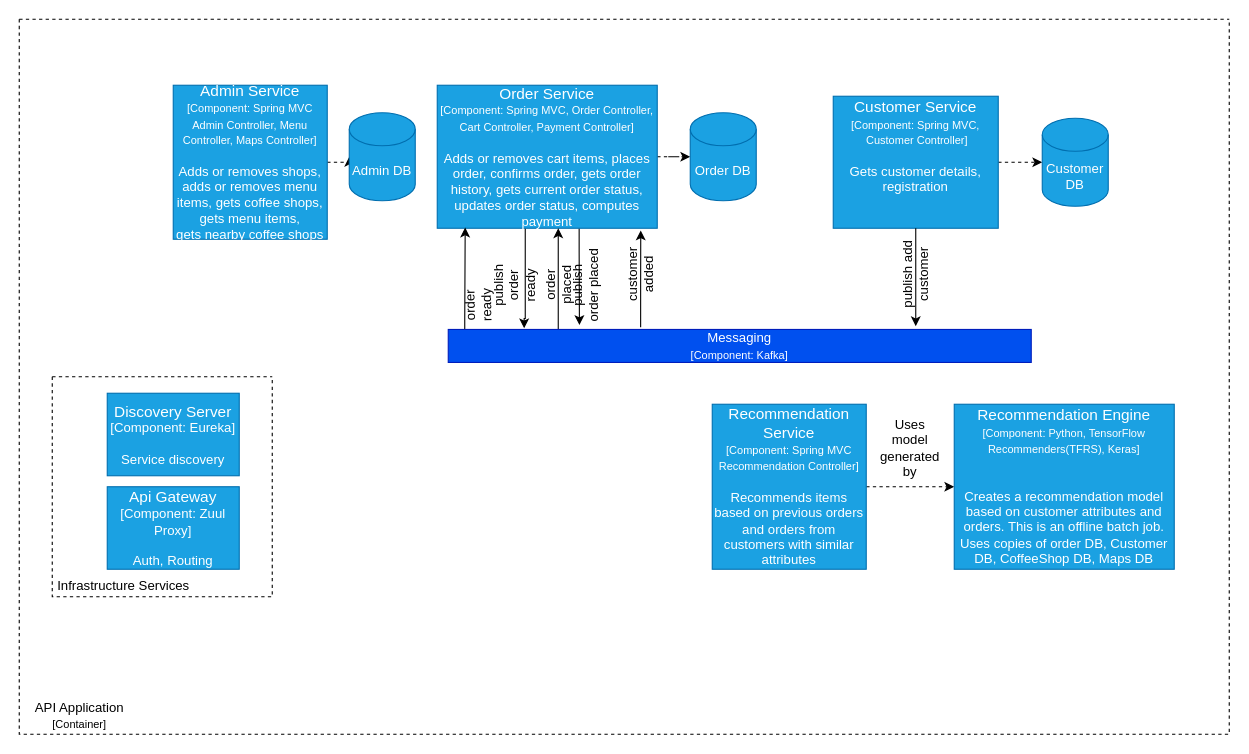
This is API Application - Component Diagram.drawio from dinesh-i/uber-coffee-shops, a draw.io file, before an edit. Source tidied: cells renumbered, new cells numbered last; positions are measured from the earlier drawing's top-left corner, leaving out a move shared by most shapes. Both pictures are drawn from the tidied source at 110%, with x=0, y=0 at pixel (19, 19).
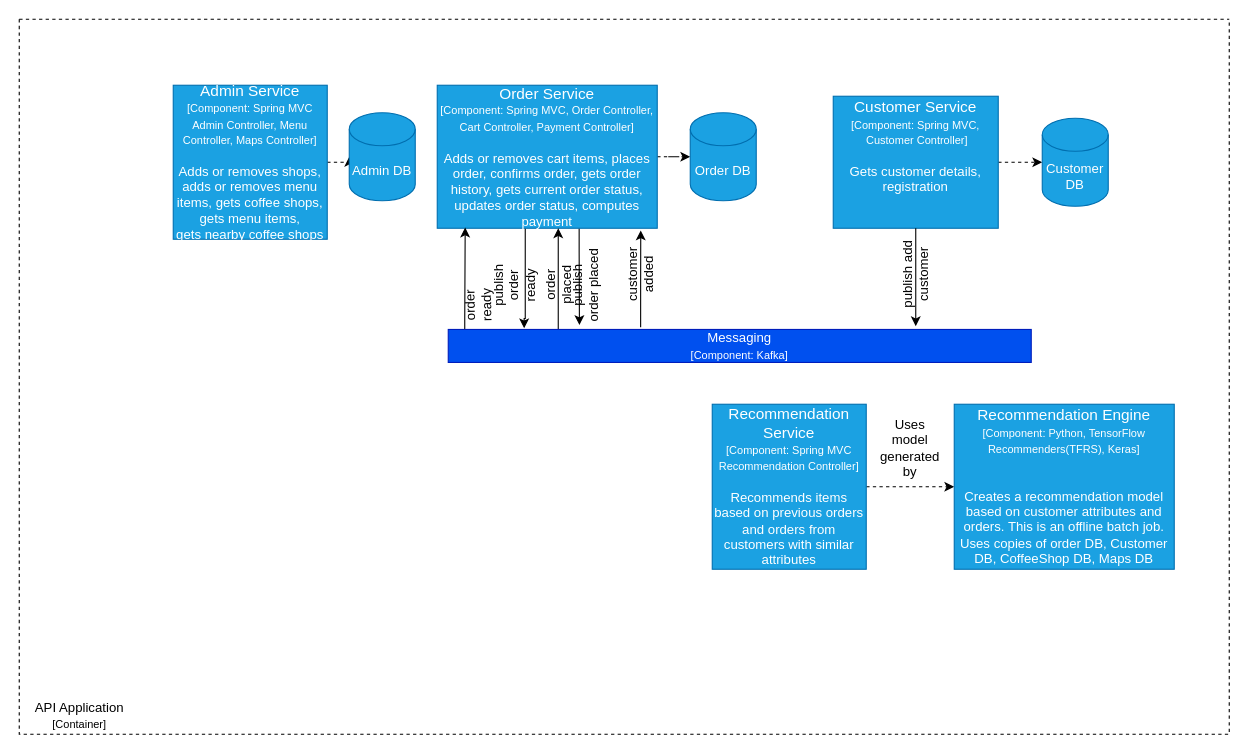
The same diagram, later.

The change refers to these unchanged cells:
```xml
<mxCell id="2" style="swimlane;startSize=0;dashed=1;" parent="1" vertex="1">
  <mxGeometry width="1100" height="650" as="geometry" />
</mxCell>
```

The edit, as a diff of the source:
```diff
@@
-    <mxCell id="3" value="&lt;font style=&quot;font-size: 14px&quot;&gt;Api Gateway&lt;/font&gt;&lt;br&gt;[Component: Zuul Proxy]&lt;br&gt;&lt;br&gt;Auth, Routing" style="rounded=0;whiteSpace=wrap;html=1;fillColor=#1ba1e2;strokeColor=#006EAF;fontColor=#ffffff;" parent="2" vertex="1">
-      <mxGeometry x="80" y="425" width="120" height="75" as="geometry" />
-    </mxCell>
@@
-    <mxCell id="30" value="&lt;font style=&quot;font-size: 14px&quot;&gt;Discovery Server&lt;/font&gt;&lt;br&gt;[Component: Eureka]&lt;br&gt;&lt;br&gt;Service discovery" style="rounded=0;whiteSpace=wrap;html=1;fillColor=#1ba1e2;strokeColor=#006EAF;fontColor=#ffffff;" parent="2" vertex="1">
-      <mxGeometry x="80" y="340" width="120" height="75" as="geometry" />
-    </mxCell>
@@
-    <mxCell id="32" style="swimlane;startSize=0;dashed=1;" parent="1" vertex="1">
-      <mxGeometry x="30" y="325" width="200" height="200" as="geometry" />
-    </mxCell>
-    <mxCell id="33" value="Infrastructure Services" style="text;html=1;strokeColor=none;fillColor=none;align=center;verticalAlign=middle;whiteSpace=wrap;rounded=0;" parent="32" vertex="1">
-      <mxGeometry x="-10" y="180" width="150" height="20" as="geometry" />
-    </mxCell>
```
